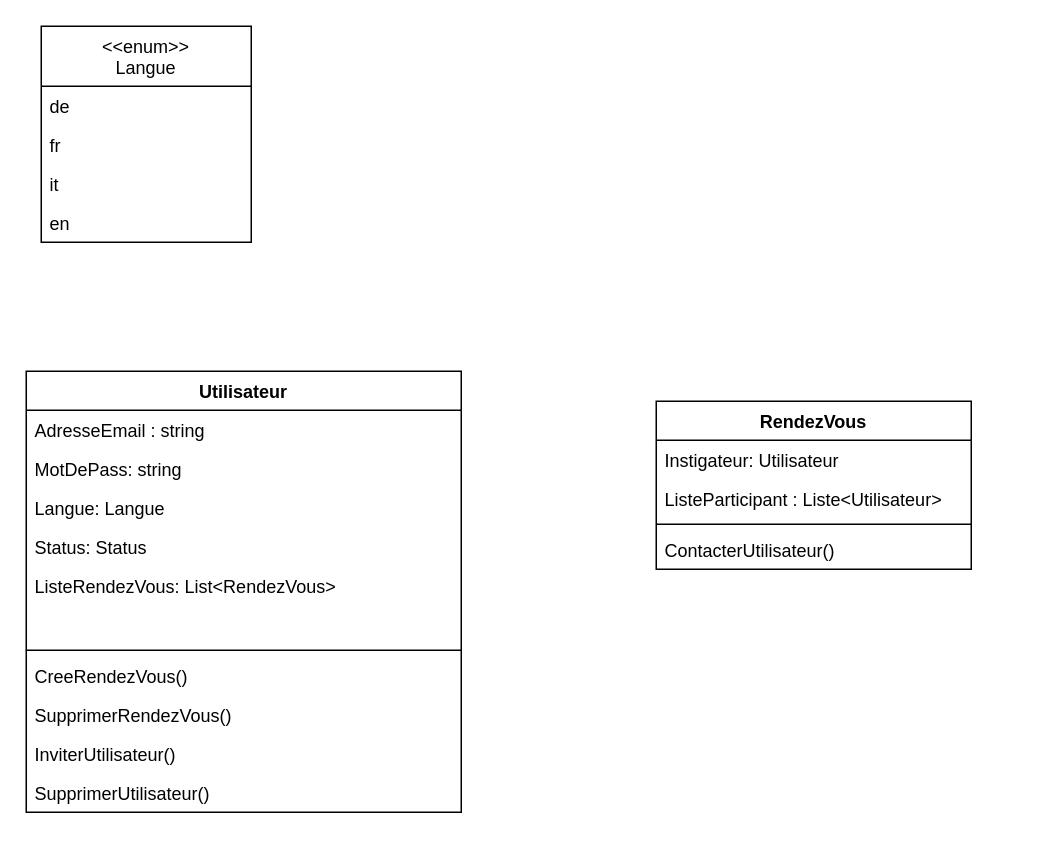
Earlier version of the draw.io diagram ExamClasse.drawio (Devetik/Diagrammes). Source tidied: cells renumbered, new cells numbered last; positions are measured from the earlier drawing's top-left corner, leaving out a move shared by most shapes. Both pictures are drawn from the tidied source at 150%, with x=0, y=0 at pixel (26, 26).
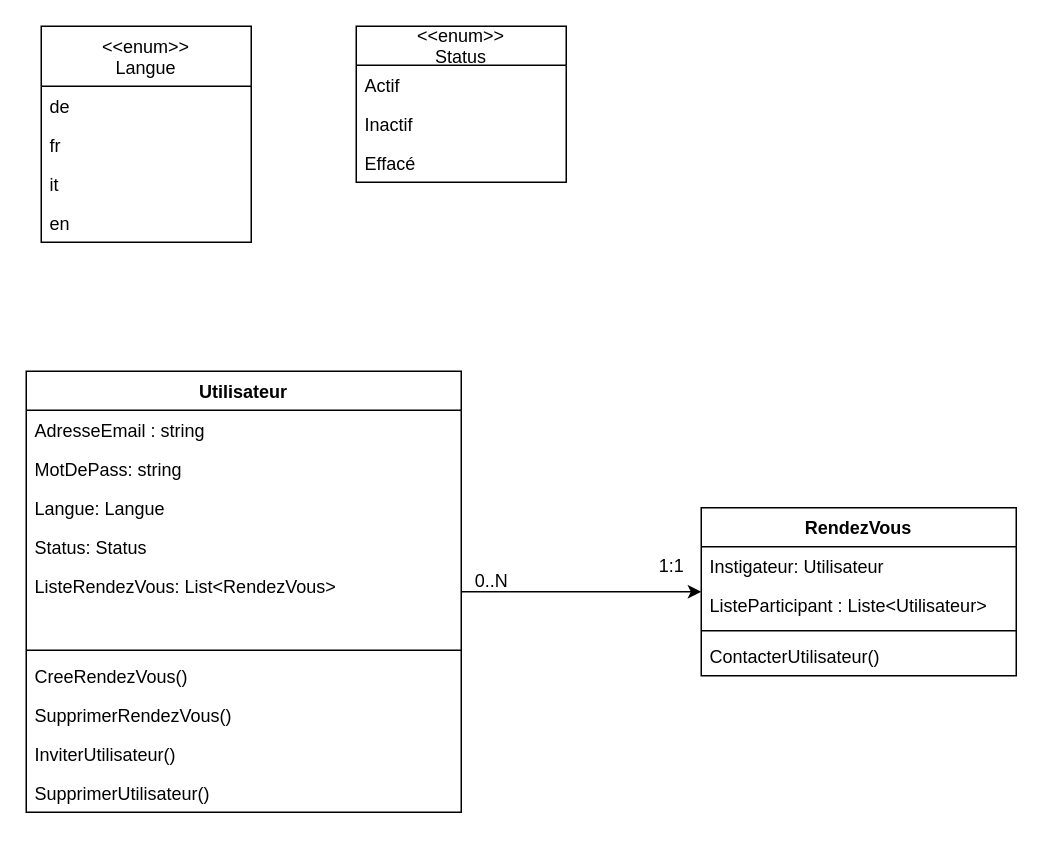
The same diagram, later.

Unchanged cells that the change refers to:
```xml
<mxCell id="2" value="Utilisateur" style="swimlane;fontStyle=1;align=center;verticalAlign=top;horizontal=1;startSize=26;" parent="1" vertex="1">
  <mxGeometry y="230" width="290" height="294" as="geometry" />
</mxCell>
```

Change to the diagram source:
```diff
@@
+    <mxCell id="24" style="edgeStyle=orthogonalEdgeStyle;rounded=0;jettySize=auto;html=1;" parent="1" edge="1" source="2" target="14">
+      <mxGeometry relative="1" as="geometry" />
+    </mxCell>
@@
     <mxCell id="14" value="RendezVous" style="swimlane;fontStyle=1;align=center;verticalAlign=top;horizontal=1;startSize=26;" parent="1" vertex="1">
-      <mxGeometry x="420" y="250" width="210" height="112" as="geometry" />
+      <mxGeometry x="450" y="321" width="210" height="112" as="geometry" />
     </mxCell>
@@
+    <mxCell id="25" value="0..N" style="text;html=1;align=center;verticalAlign=middle;strokeColor=none;fillColor=none;" parent="1" vertex="1">
+      <mxGeometry x="290" y="360" width="40" height="20" as="geometry" />
+    </mxCell>
+    <mxCell id="26" value="1:1" style="text;html=1;align=center;verticalAlign=middle;strokeColor=none;fillColor=none;" parent="1" vertex="1">
+      <mxGeometry x="415" y="350" width="30" height="20" as="geometry" />
+    </mxCell>
+    <mxCell id="27" value="&lt;&lt;enum&gt;&gt;&#10;Status" style="swimlane;fontStyle=0;horizontal=1;startSize=26;fillColor=none;" parent="1" vertex="1">
+      <mxGeometry x="220" width="140" height="104" as="geometry" />
+    </mxCell>
+    <mxCell id="28" value="Actif" style="text;strokeColor=none;fillColor=none;align=left;verticalAlign=top;spacingLeft=4;spacingRight=4;overflow=hidden;" parent="27" vertex="1">
+      <mxGeometry y="26" width="140" height="26" as="geometry" />
+    </mxCell>
+    <mxCell id="29" value="Inactif" style="text;strokeColor=none;fillColor=none;align=left;verticalAlign=top;spacingLeft=4;spacingRight=4;overflow=hidden;" parent="27" vertex="1">
+      <mxGeometry y="52" width="140" height="26" as="geometry" />
+    </mxCell>
+    <mxCell id="30" value="Effacé" style="text;strokeColor=none;fillColor=none;align=left;verticalAlign=top;spacingLeft=4;spacingRight=4;overflow=hidden;" parent="27" vertex="1">
+      <mxGeometry y="78" width="140" height="26" as="geometry" />
+    </mxCell>
```
